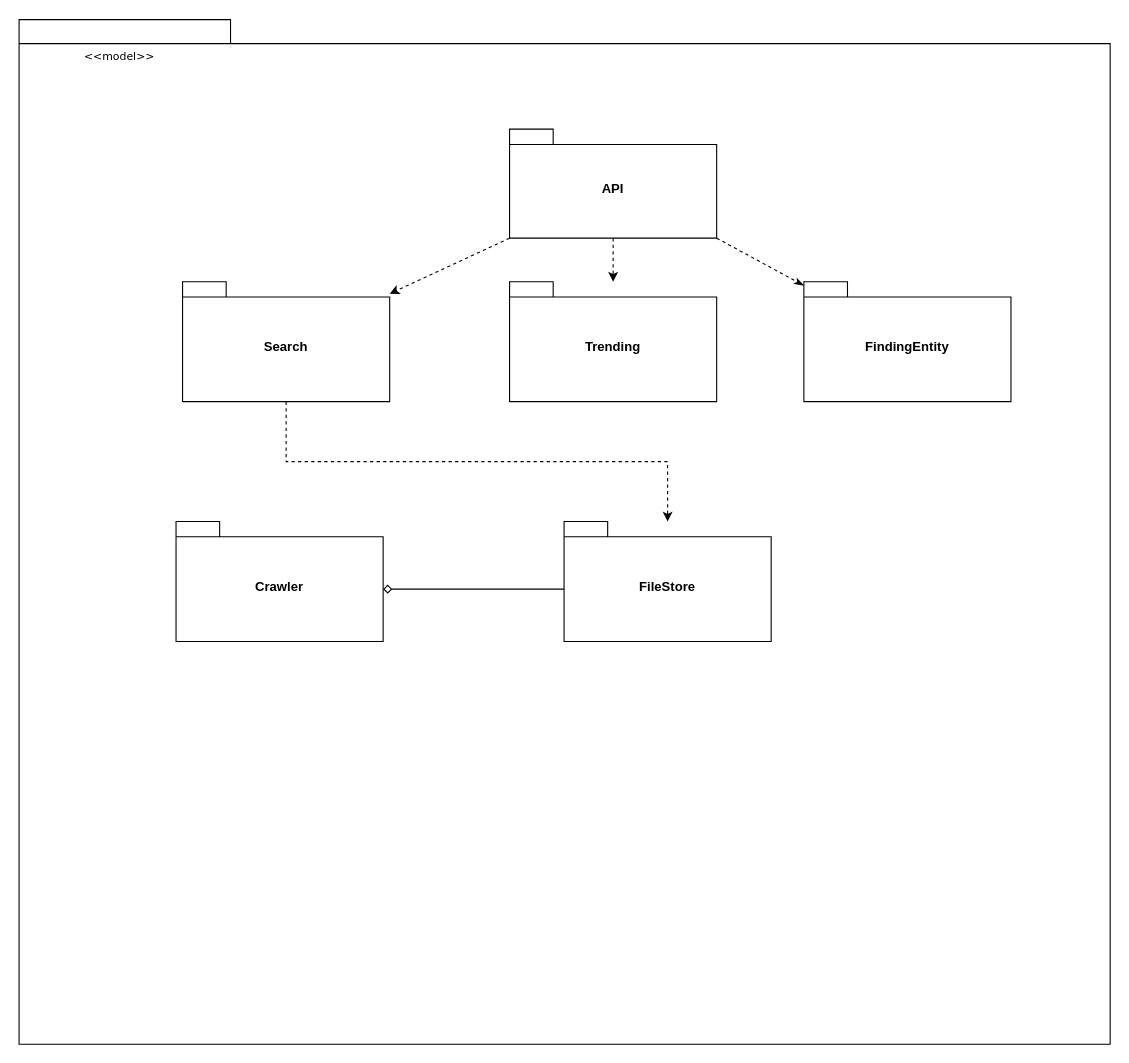
The draw.io diagram OOP_Project.drawio in HARKINGS/UML, before the edit. Source tidied: cells renumbered, new cells numbered last; positions are measured from the earlier drawing's top-left corner, leaving out a move shared by most shapes. Both pictures are drawn from the tidied source at 109%, with x=0, y=0 at pixel (19, 20).
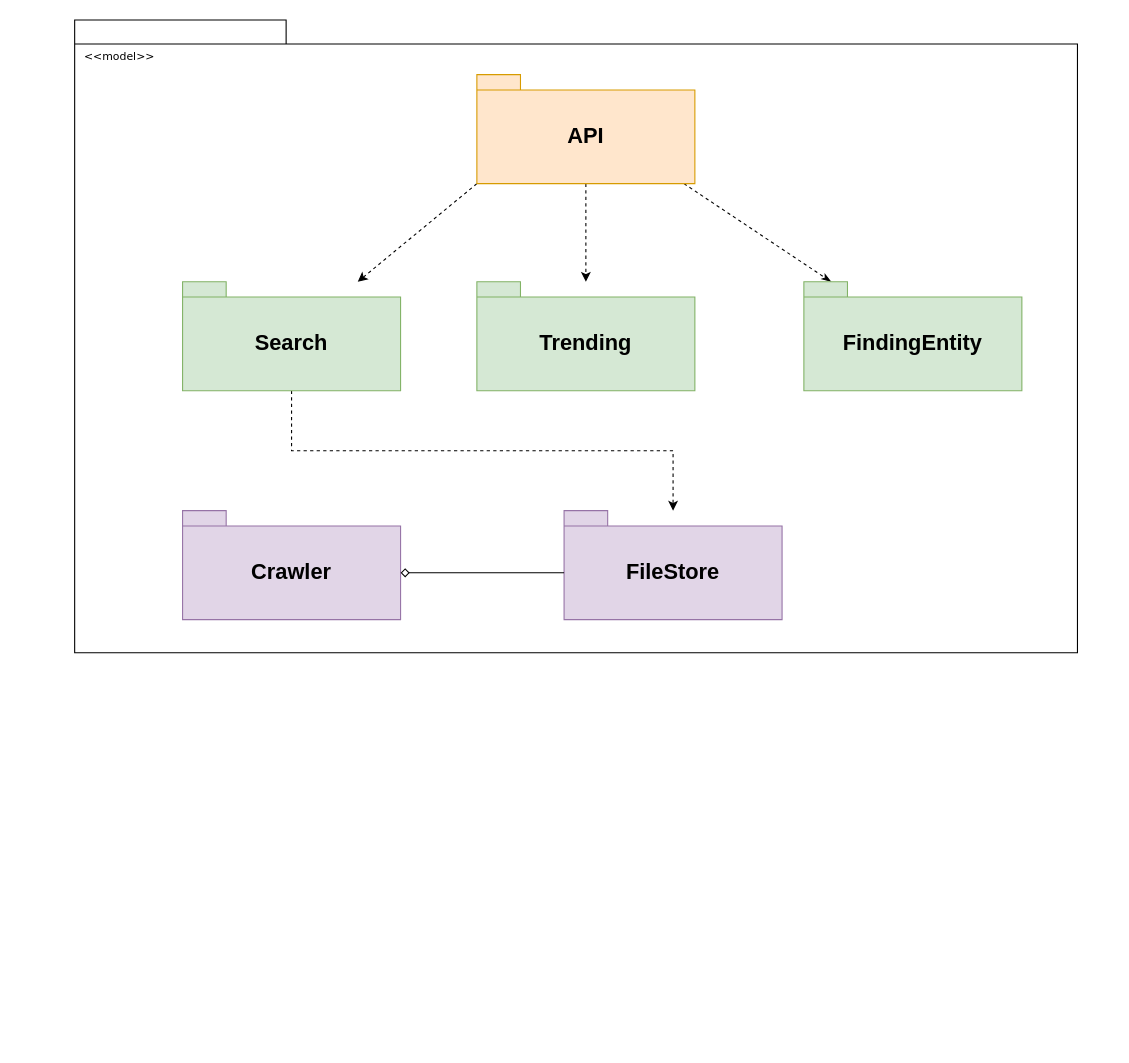
Above is the later version.

Commit message:
Cập nhật OOP_Project.drawio

Change to the diagram source:
```diff
@@
     <mxCell id="2" style="shape=folder;fontStyle=1;spacingTop=10;tabWidth=194;tabHeight=22;tabPosition=left;html=1;rounded=0;shadow=0;comic=0;labelBackgroundColor=none;strokeWidth=1;fillColor=none;fontFamily=Verdana;fontSize=10;align=center;" parent="1" vertex="1">
-      <mxGeometry y="-0.5" width="1001" height="940" as="geometry" />
+      <mxGeometry x="51" y="-0.2" width="920" height="580.5" as="geometry" />
     </mxCell>
@@
-    <mxCell id="11" value="API" style="shape=folder;fontStyle=1;spacingTop=10;tabWidth=40;tabHeight=14;tabPosition=left;html=1;whiteSpace=wrap;" parent="1" vertex="1">
-      <mxGeometry x="450" y="100" width="190" height="100" as="geometry" />
+    <mxCell id="11" value="&lt;font style=&quot;font-size: 20px;&quot;&gt;API&lt;/font&gt;" style="shape=folder;fontStyle=1;spacingTop=10;tabWidth=40;tabHeight=14;tabPosition=left;html=1;whiteSpace=wrap;fillColor=#ffe6cc;strokeColor=#d79b00;" parent="1" vertex="1">
+      <mxGeometry x="420" y="50" width="200" height="100" as="geometry" />
     </mxCell>
@@
-    <mxCell id="13" value="Search" style="shape=folder;fontStyle=1;spacingTop=10;tabWidth=40;tabHeight=14;tabPosition=left;html=1;whiteSpace=wrap;" parent="1" vertex="1">
-      <mxGeometry x="150" y="240" width="190" height="110" as="geometry" />
+    <mxCell id="13" value="&lt;font style=&quot;font-size: 20px;&quot;&gt;Search&lt;/font&gt;" style="shape=folder;fontStyle=1;spacingTop=10;tabWidth=40;tabHeight=14;tabPosition=left;html=1;whiteSpace=wrap;fillColor=#d5e8d4;strokeColor=#82b366;" parent="1" vertex="1">
+      <mxGeometry x="150" y="240" width="200" height="100" as="geometry" />
     </mxCell>
-    <mxCell id="14" value="Crawler" style="shape=folder;fontStyle=1;spacingTop=10;tabWidth=40;tabHeight=14;tabPosition=left;html=1;whiteSpace=wrap;" parent="1" vertex="1">
-      <mxGeometry x="144" y="460" width="190" height="110" as="geometry" />
+    <mxCell id="14" value="&lt;font style=&quot;font-size: 20px;&quot;&gt;Crawler&lt;/font&gt;" style="shape=folder;fontStyle=1;spacingTop=10;tabWidth=40;tabHeight=14;tabPosition=left;html=1;whiteSpace=wrap;fillColor=#e1d5e7;strokeColor=#9673a6;" parent="1" vertex="1">
+      <mxGeometry x="150" y="450" width="200" height="100" as="geometry" />
     </mxCell>
-    <mxCell id="15" value="FileStore" style="shape=folder;fontStyle=1;spacingTop=10;tabWidth=40;tabHeight=14;tabPosition=left;html=1;whiteSpace=wrap;" parent="1" vertex="1">
-      <mxGeometry x="500" y="460" width="190" height="110" as="geometry" />
+    <mxCell id="15" value="&lt;font style=&quot;font-size: 20px;&quot;&gt;FileStore&lt;/font&gt;" style="shape=folder;fontStyle=1;spacingTop=10;tabWidth=40;tabHeight=14;tabPosition=left;html=1;whiteSpace=wrap;fillColor=#e1d5e7;strokeColor=#9673a6;" parent="1" vertex="1">
+      <mxGeometry x="500" y="450" width="200" height="100" as="geometry" />
     </mxCell>
-    <mxCell id="16" value="Trending" style="shape=folder;fontStyle=1;spacingTop=10;tabWidth=40;tabHeight=14;tabPosition=left;html=1;whiteSpace=wrap;" parent="1" vertex="1">
-      <mxGeometry x="450" y="240" width="190" height="110" as="geometry" />
+    <mxCell id="16" value="&lt;font style=&quot;font-size: 20px;&quot;&gt;Trending&lt;/font&gt;" style="shape=folder;fontStyle=1;spacingTop=10;tabWidth=40;tabHeight=14;tabPosition=left;html=1;whiteSpace=wrap;fillColor=#d5e8d4;strokeColor=#82b366;" parent="1" vertex="1">
+      <mxGeometry x="420" y="240" width="200" height="100" as="geometry" />
     </mxCell>
-    <mxCell id="17" value="FindingEntity" style="shape=folder;fontStyle=1;spacingTop=10;tabWidth=40;tabHeight=14;tabPosition=left;html=1;whiteSpace=wrap;" parent="1" vertex="1">
-      <mxGeometry x="720" y="240" width="190" height="110" as="geometry" />
+    <mxCell id="17" value="&lt;font style=&quot;font-size: 20px;&quot;&gt;FindingEntity&lt;/font&gt;" style="shape=folder;fontStyle=1;spacingTop=10;tabWidth=40;tabHeight=14;tabPosition=left;html=1;whiteSpace=wrap;fillColor=#d5e8d4;strokeColor=#82b366;" parent="1" vertex="1">
+      <mxGeometry x="720" y="240" width="200" height="100" as="geometry" />
     </mxCell>
-    <mxCell id="18" style="rounded=0;jettySize=auto;html=1;exitX=0;exitY=0;exitDx=0;exitDy=62;exitPerimeter=0;entryX=0;entryY=0;entryDx=190;entryDy=62;entryPerimeter=0;endArrow=diamond;endFill=0;" parent="1" edge="1" source="15" target="14">
+    <mxCell id="18" style="rounded=0;jettySize=auto;html=1;exitX=0;exitY=0;exitDx=0;exitDy=57;exitPerimeter=0;entryX=0;entryY=0;entryDx=200;entryDy=57;entryPerimeter=0;endArrow=diamond;endFill=0;" parent="1" edge="1" source="15" target="14">
       <mxGeometry relative="1" as="geometry" />
     </mxCell>
```
